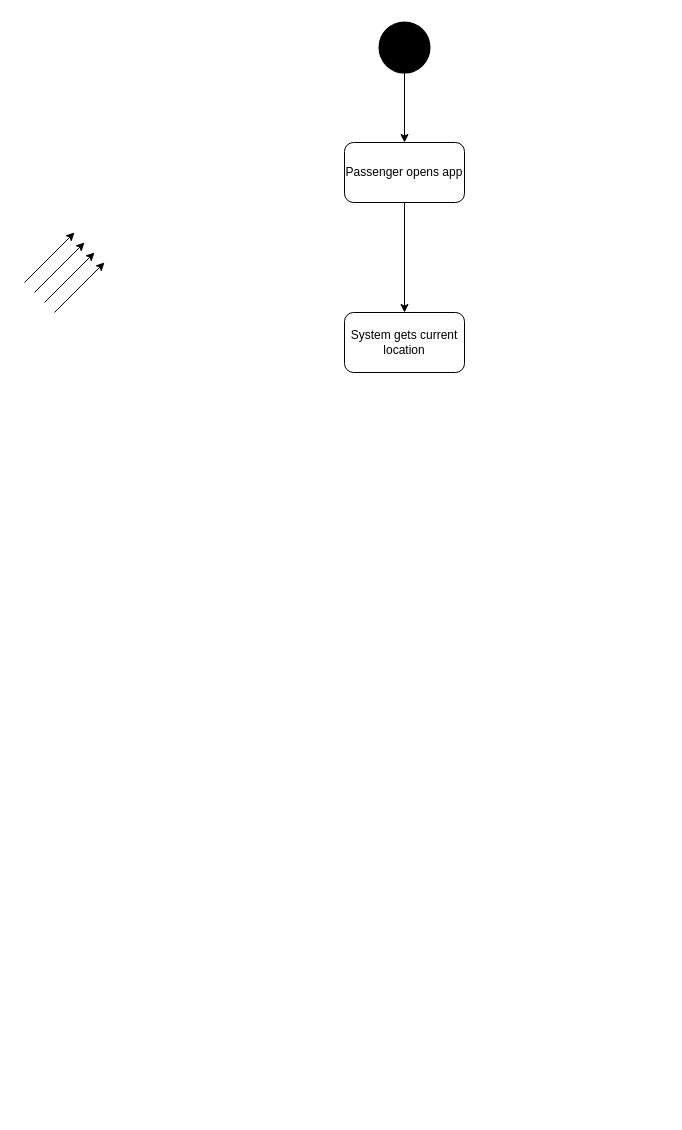
Before: SEPP_UML_Activity_diagram.drawio in Anuja-jayasinghe/DrawIo_Projects, a draw.io diagram. Source tidied: cells renumbered, new cells numbered last; positions are measured from the earlier drawing's top-left corner, leaving out a move shared by most shapes. Both pictures are drawn from the tidied source at 100%, with x=0, y=0 at pixel (24, 22).
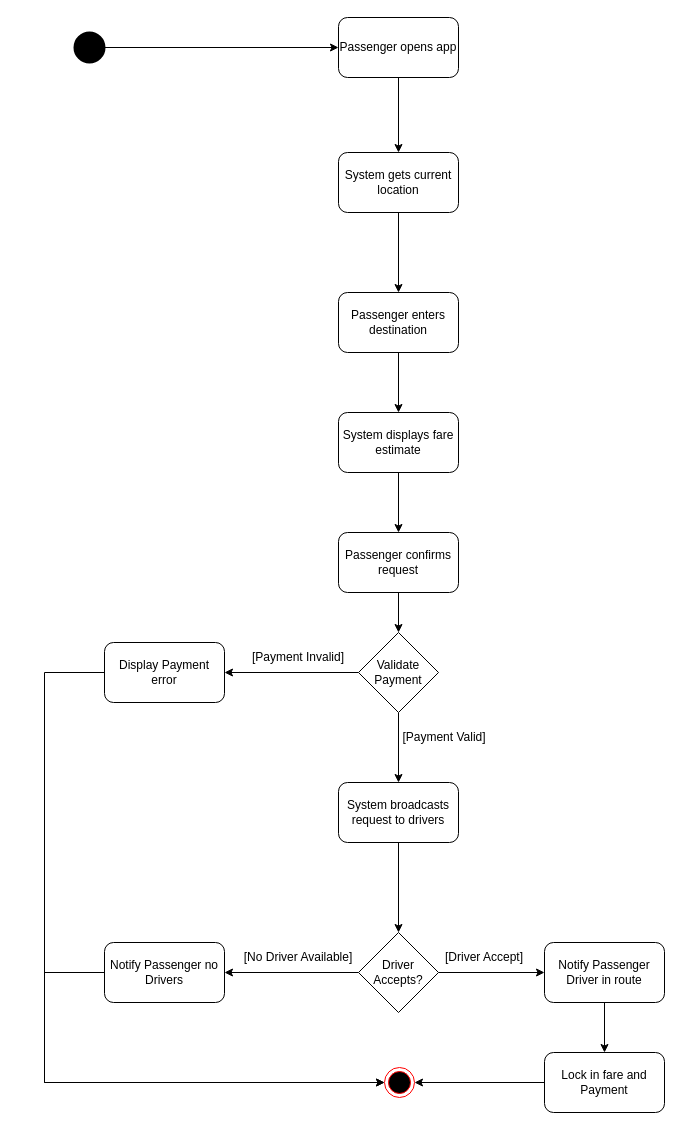
After the change.

The edit, as a diff of the source:
```diff
@@
     <mxCell id="2" style="strokeWidth=2;html=1;shape=mxgraph.flowchart.start_2;whiteSpace=wrap;fillColor=light-dark(#000000,#000000);" parent="1" vertex="1">
-      <mxGeometry x="355" width="50" height="50" as="geometry" />
+      <mxGeometry x="50" y="10" width="30" height="30" as="geometry" />
     </mxCell>
@@
     <mxCell id="4" value="Passenger opens app" style="rounded=1;whiteSpace=wrap;html=1;" parent="1" vertex="1">
-      <mxGeometry x="320" y="120" width="120" height="60" as="geometry" />
+      <mxGeometry x="314" y="-5" width="120" height="60" as="geometry" />
     </mxCell>
-    <mxCell id="5" style="endArrow=classic;html=1;rounded=0;" parent="1" edge="1">
-      <mxGeometry relative="1" as="geometry">
-        <mxPoint y="260" as="sourcePoint" />
-        <mxPoint x="50" y="210" as="targetPoint" />
-      </mxGeometry>
-    </mxCell>
-    <mxCell id="6" style="endArrow=classic;html=1;rounded=0;" parent="1" edge="1">
-      <mxGeometry relative="1" as="geometry">
-        <mxPoint x="10" y="270" as="sourcePoint" />
-        <mxPoint x="60" y="220" as="targetPoint" />
-      </mxGeometry>
-    </mxCell>
-    <mxCell id="7" style="endArrow=classic;html=1;rounded=0;" parent="1" edge="1">
-      <mxGeometry relative="1" as="geometry">
-        <mxPoint x="20" y="280" as="sourcePoint" />
-        <mxPoint x="70" y="230" as="targetPoint" />
-      </mxGeometry>
-    </mxCell>
-    <mxCell id="8" style="endArrow=classic;html=1;rounded=0;" parent="1" edge="1">
-      <mxGeometry relative="1" as="geometry">
-        <mxPoint x="30" y="290" as="sourcePoint" />
-        <mxPoint x="80" y="240" as="targetPoint" />
-      </mxGeometry>
-    </mxCell>
@@
+    <mxCell id="11" style="edgeStyle=orthogonalEdgeStyle;rounded=0;jettySize=auto;html=1;" parent="1" edge="1" source="10" target="13">
+      <mxGeometry relative="1" as="geometry" />
+    </mxCell>
     <mxCell id="10" value="System gets current location" style="rounded=1;whiteSpace=wrap;html=1;" parent="1" vertex="1">
-      <mxGeometry x="320" y="290" width="120" height="60" as="geometry" />
+      <mxGeometry x="314" y="130" width="120" height="60" as="geometry" />
     </mxCell>
+    <mxCell id="12" style="edgeStyle=orthogonalEdgeStyle;rounded=0;jettySize=auto;html=1;" parent="1" edge="1" source="13" target="15">
+      <mxGeometry relative="1" as="geometry" />
+    </mxCell>
+    <mxCell id="13" value="Passenger enters destination" style="rounded=1;whiteSpace=wrap;html=1;" parent="1" vertex="1">
+      <mxGeometry x="314" y="270" width="120" height="60" as="geometry" />
+    </mxCell>
+    <mxCell id="14" style="edgeStyle=orthogonalEdgeStyle;rounded=0;jettySize=auto;html=1;" parent="1" edge="1" source="15" target="17">
+      <mxGeometry relative="1" as="geometry" />
+    </mxCell>
+    <mxCell id="15" value="System displays fare estimate" style="rounded=1;whiteSpace=wrap;html=1;" parent="1" vertex="1">
+      <mxGeometry x="314" y="390" width="120" height="60" as="geometry" />
+    </mxCell>
+    <mxCell id="16" style="edgeStyle=orthogonalEdgeStyle;rounded=0;jettySize=auto;html=1;" parent="1" edge="1" source="17" target="20">
+      <mxGeometry relative="1" as="geometry" />
+    </mxCell>
+    <mxCell id="17" value="Passenger confirms request" style="rounded=1;whiteSpace=wrap;html=1;" parent="1" vertex="1">
+      <mxGeometry x="314" y="510" width="120" height="60" as="geometry" />
+    </mxCell>
+    <mxCell id="18" style="edgeStyle=orthogonalEdgeStyle;rounded=0;jettySize=auto;html=1;" parent="1" edge="1" source="20" target="22">
+      <mxGeometry relative="1" as="geometry" />
+    </mxCell>
+    <mxCell id="19" style="edgeStyle=orthogonalEdgeStyle;rounded=0;jettySize=auto;html=1;" parent="1" edge="1" source="20" target="25">
+      <mxGeometry relative="1" as="geometry" />
+    </mxCell>
+    <mxCell id="20" value="Validate Payment" style="rhombus;whiteSpace=wrap;html=1;" parent="1" vertex="1">
+      <mxGeometry x="334" y="610" width="80" height="80" as="geometry" />
+    </mxCell>
+    <mxCell id="21" style="edgeStyle=orthogonalEdgeStyle;rounded=0;jettySize=auto;html=1;" parent="1" edge="1" source="22" target="23">
+      <mxGeometry relative="1" as="geometry">
+        <Array as="points">
+          <mxPoint x="20" y="650" />
+          <mxPoint x="20" y="1060" />
+        </Array>
+      </mxGeometry>
+    </mxCell>
+    <mxCell id="22" value="Display Payment error" style="rounded=1;whiteSpace=wrap;html=1;" parent="1" vertex="1">
+      <mxGeometry x="80" y="620" width="120" height="60" as="geometry" />
+    </mxCell>
+    <mxCell id="23" style="ellipse;html=1;shape=endState;fillColor=#000000;strokeColor=#ff0000;" parent="1" vertex="1">
+      <mxGeometry x="360" y="1045" width="30" height="30" as="geometry" />
+    </mxCell>
+    <mxCell id="24" style="edgeStyle=orthogonalEdgeStyle;rounded=0;jettySize=auto;html=1;" parent="1" edge="1" source="25" target="28">
+      <mxGeometry relative="1" as="geometry" />
+    </mxCell>
+    <mxCell id="25" value="System broadcasts request to drivers" style="whiteSpace=wrap;html=1;rounded=1;" parent="1" vertex="1">
+      <mxGeometry x="314" y="760" width="120" height="60" as="geometry" />
+    </mxCell>
+    <mxCell id="26" style="edgeStyle=orthogonalEdgeStyle;rounded=0;jettySize=auto;html=1;" parent="1" edge="1" source="28" target="30">
+      <mxGeometry relative="1" as="geometry" />
+    </mxCell>
+    <mxCell id="27" style="edgeStyle=orthogonalEdgeStyle;rounded=0;jettySize=auto;html=1;" parent="1" edge="1" source="28" target="35">
+      <mxGeometry relative="1" as="geometry" />
+    </mxCell>
+    <mxCell id="28" value="Driver Accepts?" style="rhombus;whiteSpace=wrap;html=1;rounded=0;rotation=0;" parent="1" vertex="1">
+      <mxGeometry x="334" y="910" width="80" height="80" as="geometry" />
+    </mxCell>
+    <mxCell id="29" style="edgeStyle=orthogonalEdgeStyle;rounded=0;jettySize=auto;html=1;" parent="1" edge="1" source="30" target="23">
+      <mxGeometry relative="1" as="geometry">
+        <Array as="points">
+          <mxPoint x="20" y="950" />
+          <mxPoint x="20" y="1060" />
+        </Array>
+      </mxGeometry>
+    </mxCell>
+    <mxCell id="30" value="Notify Passenger no Drivers" style="whiteSpace=wrap;html=1;rounded=1;" parent="1" vertex="1">
+      <mxGeometry x="80" y="920" width="120" height="60" as="geometry" />
+    </mxCell>
+    <mxCell id="31" value="[Payment Invalid]" style="text;html=1;whiteSpace=wrap;strokeColor=none;fillColor=none;align=center;verticalAlign=middle;rounded=0;" parent="1" vertex="1">
+      <mxGeometry x="214" y="620" width="120" height="30" as="geometry" />
+    </mxCell>
+    <mxCell id="32" value="[Payment Valid]" style="text;html=1;whiteSpace=wrap;strokeColor=none;fillColor=none;align=center;verticalAlign=middle;rounded=0;" parent="1" vertex="1">
+      <mxGeometry x="360" y="700" width="120" height="30" as="geometry" />
+    </mxCell>
+    <mxCell id="33" value="[No Driver Available]" style="text;html=1;whiteSpace=wrap;strokeColor=none;fillColor=none;align=center;verticalAlign=middle;rounded=0;" parent="1" vertex="1">
+      <mxGeometry x="209" y="920" width="130" height="30" as="geometry" />
+    </mxCell>
+    <mxCell id="34" style="edgeStyle=orthogonalEdgeStyle;rounded=0;jettySize=auto;html=1;" parent="1" edge="1" source="35" target="38">
+      <mxGeometry relative="1" as="geometry" />
+    </mxCell>
+    <mxCell id="35" value="Notify Passenger Driver in route" style="whiteSpace=wrap;html=1;rounded=1;" parent="1" vertex="1">
+      <mxGeometry x="520" y="920" width="120" height="60" as="geometry" />
+    </mxCell>
+    <mxCell id="36" value="[Driver Accept]" style="text;html=1;whiteSpace=wrap;strokeColor=none;fillColor=none;align=center;verticalAlign=middle;rounded=0;" parent="1" vertex="1">
+      <mxGeometry x="400" y="920" width="120" height="30" as="geometry" />
+    </mxCell>
+    <mxCell id="37" style="edgeStyle=orthogonalEdgeStyle;rounded=0;jettySize=auto;html=1;" parent="1" edge="1" source="38" target="23">
+      <mxGeometry relative="1" as="geometry" />
+    </mxCell>
+    <mxCell id="38" value="Lock in fare and Payment" style="whiteSpace=wrap;html=1;rounded=1;" parent="1" vertex="1">
+      <mxGeometry x="520" y="1030" width="120" height="60" as="geometry" />
+    </mxCell>
```
